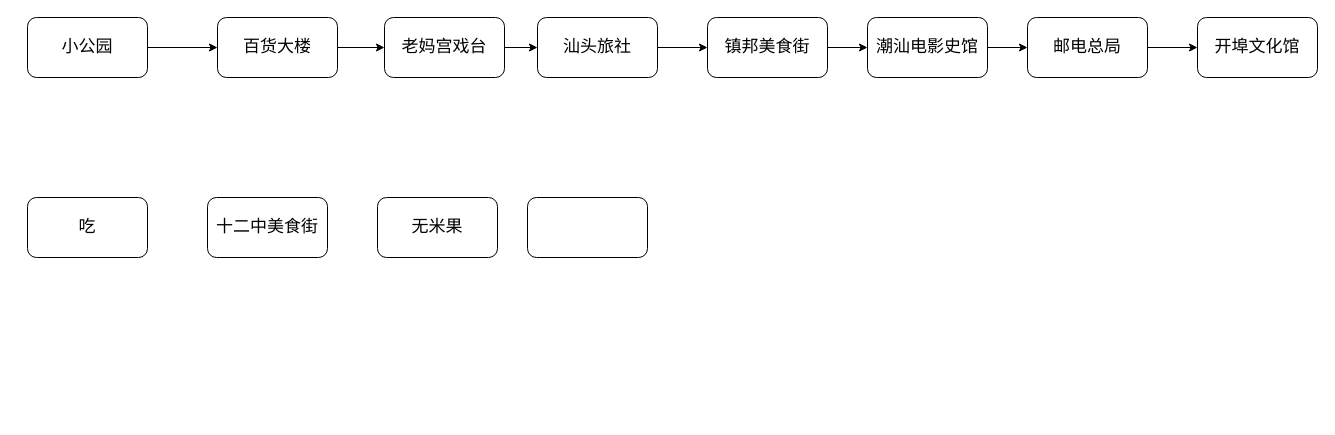
notThisMoment/drawIo keeps this draw.io diagram as travel.drawio. Above is the earlier version. Source tidied: cells renumbered, new cells numbered last; positions are measured from the earlier drawing's top-left corner, leaving out a move shared by most shapes. Both pictures are drawn from the tidied source at 100%, with x=0, y=0 at pixel (27, 17).
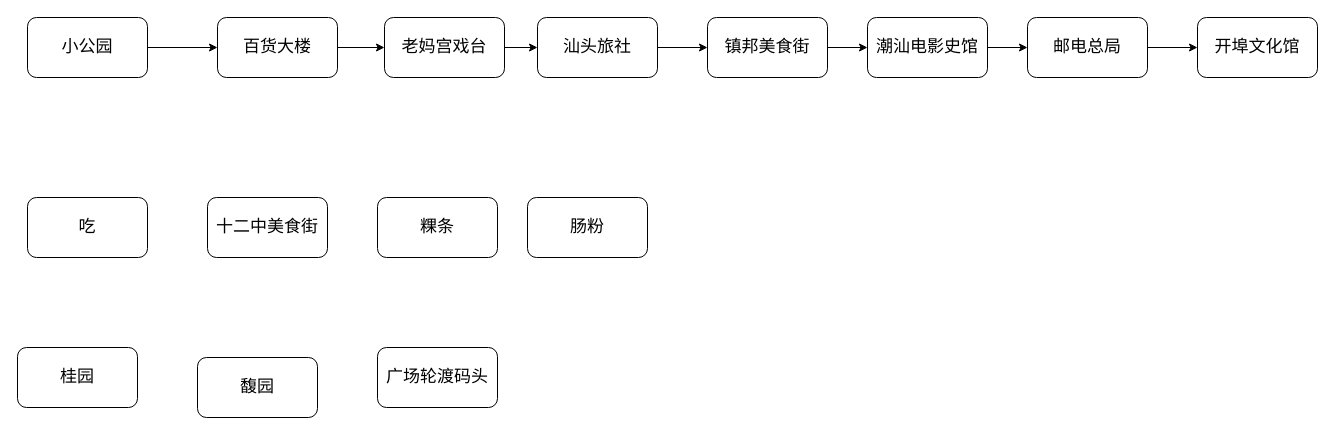
The same diagram, later.

Change to the diagram source:
```diff
@@
-    <mxCell id="19" value="无米果" style="rounded=1;whiteSpace=wrap;html=1;fontSize=17;" parent="1" vertex="1">
+    <mxCell id="19" value="粿条" style="rounded=1;whiteSpace=wrap;html=1;fontSize=17;" parent="1" vertex="1">
       <mxGeometry x="350" y="180" width="120" height="60" as="geometry" />
     </mxCell>
-    <mxCell id="20" style="rounded=1;whiteSpace=wrap;html=1;fontSize=17;" parent="1" vertex="1">
+    <mxCell id="20" value="肠粉" style="rounded=1;whiteSpace=wrap;html=1;fontSize=17;" parent="1" vertex="1">
       <mxGeometry x="500" y="180" width="120" height="60" as="geometry" />
     </mxCell>
+    <mxCell id="21" value="&lt;font style=&quot;font-size: 17px;&quot;&gt;桂园&lt;/font&gt;" style="rounded=1;whiteSpace=wrap;html=1;fontSize=17;" parent="1" vertex="1">
+      <mxGeometry x="-10" y="330" width="120" height="60" as="geometry" />
+    </mxCell>
+    <mxCell id="22" value="&lt;font style=&quot;font-size: 17px;&quot;&gt;馥园&lt;/font&gt;" style="rounded=1;whiteSpace=wrap;html=1;fontSize=17;" parent="1" vertex="1">
+      <mxGeometry x="170" y="340" width="120" height="60" as="geometry" />
+    </mxCell>
+    <mxCell id="23" value="广场轮渡码头" style="rounded=1;whiteSpace=wrap;html=1;fontSize=17;" parent="1" vertex="1">
+      <mxGeometry x="350" y="330" width="120" height="60" as="geometry" />
+    </mxCell>
```
